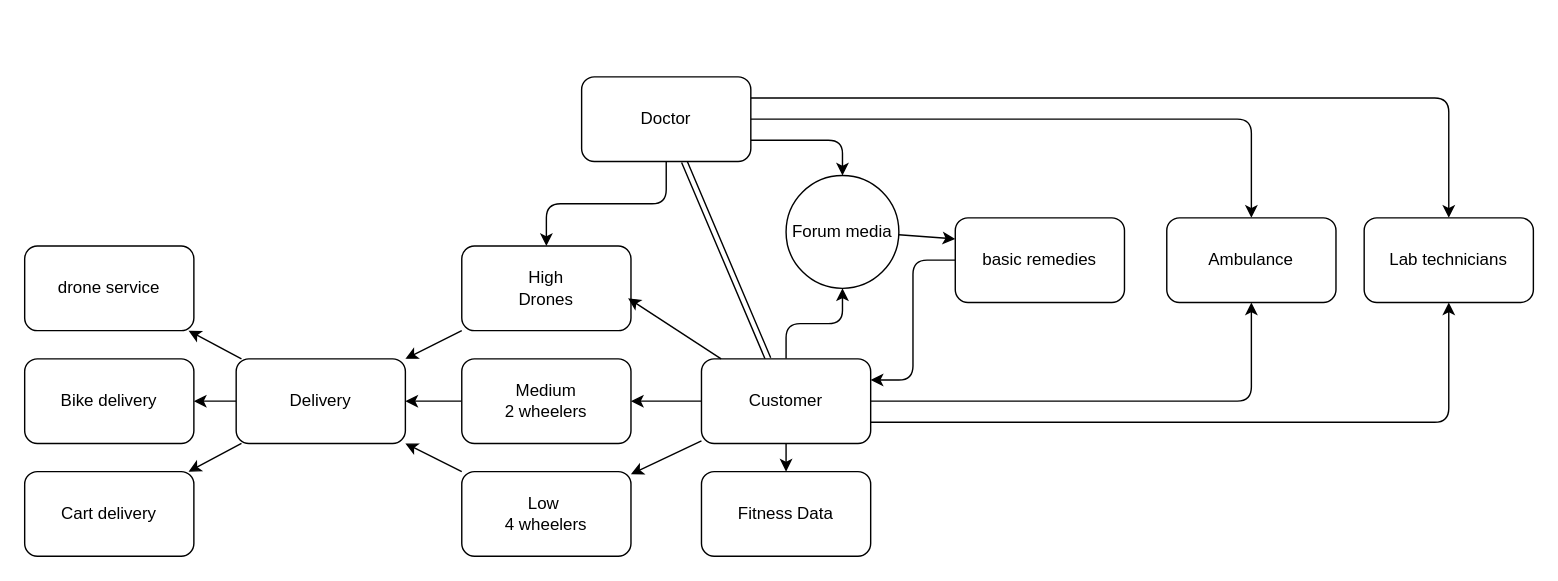
The draw.io diagram Enterprise.drawio in JCKawin/Mediculture, before the edit. Source tidied: cells renumbered, new cells numbered last; positions are measured from the earlier drawing's top-left corner, leaving out a move shared by most shapes. Both pictures are drawn from the tidied source at 141%, with x=0, y=0 at pixel (24, 76).
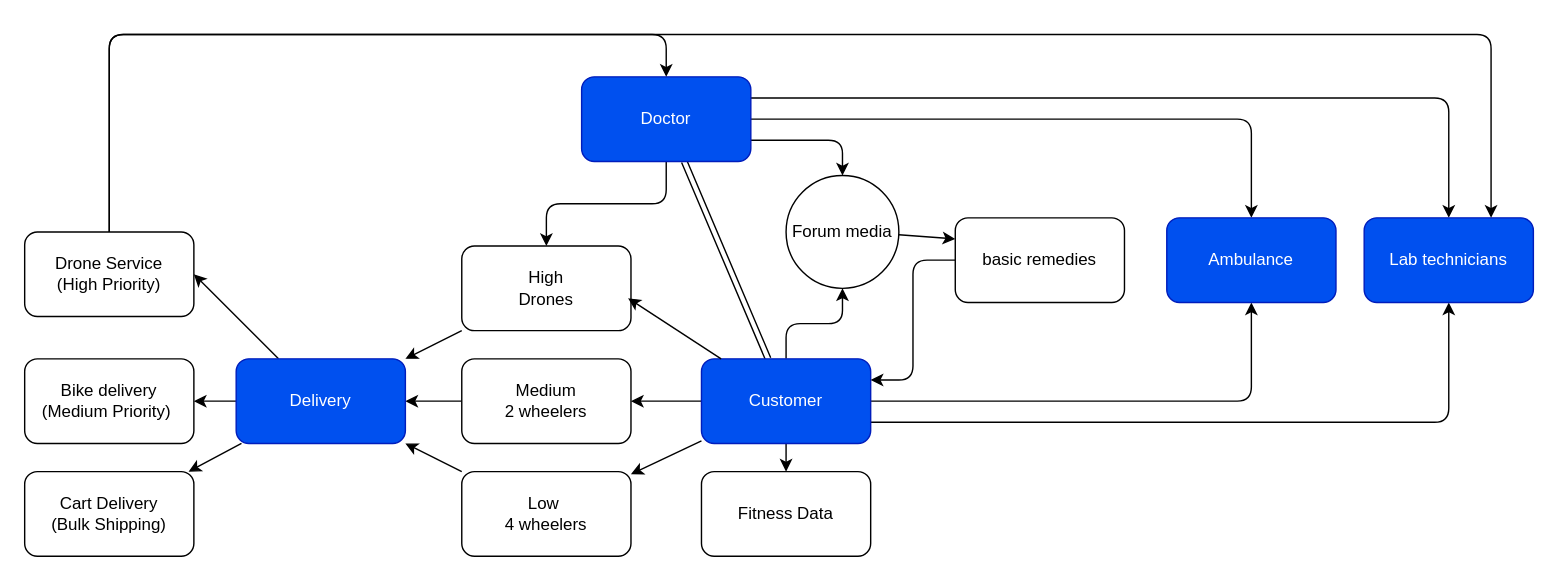
The same page after the edit.

The edit, as a diff of the source:
```diff
@@
-    <mxCell id="9" value="Customer" style="rounded=1;whiteSpace=wrap;html=1;" parent="1" vertex="1">
+    <mxCell id="9" value="Customer" style="rounded=1;whiteSpace=wrap;html=1;fillColor=#0050ef;fontColor=#ffffff;strokeColor=#001DBC;" parent="1" vertex="1">
       <mxGeometry x="480" y="200" width="120" height="60" as="geometry" />
     </mxCell>
@@
-    <mxCell id="20" value="Doctor" style="rounded=1;whiteSpace=wrap;html=1;" parent="1" vertex="1">
+    <mxCell id="20" value="Doctor" style="rounded=1;whiteSpace=wrap;html=1;fillColor=#0050ef;fontColor=#ffffff;strokeColor=#001DBC;" parent="1" vertex="1">
       <mxGeometry x="395" width="120" height="60" as="geometry" />
     </mxCell>
-    <mxCell id="21" value="Ambulance" style="rounded=1;whiteSpace=wrap;html=1;" parent="1" vertex="1">
+    <mxCell id="21" value="Ambulance" style="rounded=1;whiteSpace=wrap;html=1;fillColor=#0050ef;fontColor=#ffffff;strokeColor=#001DBC;" parent="1" vertex="1">
       <mxGeometry x="810" y="100" width="120" height="60" as="geometry" />
     </mxCell>
-    <mxCell id="22" style="edgeStyle=none;html=1;" parent="1" edge="1" source="25" target="33">
-      <mxGeometry relative="1" as="geometry" />
-    </mxCell>
@@
+    <mxCell id="22" style="edgeStyle=none;html=1;entryX=1;entryY=0.5;entryDx=0;entryDy=0;" parent="1" edge="1" source="25" target="33">
+      <mxGeometry relative="1" as="geometry" />
+    </mxCell>
-    <mxCell id="25" value="Delivery" style="rounded=1;whiteSpace=wrap;html=1;" parent="1" vertex="1">
+    <mxCell id="25" value="Delivery" style="rounded=1;whiteSpace=wrap;html=1;fillColor=#0050ef;fontColor=#ffffff;strokeColor=#001DBC;" parent="1" vertex="1">
       <mxGeometry x="150" y="200" width="120" height="60" as="geometry" />
     </mxCell>
@@
-    <mxCell id="32" value="Lab technicians" style="rounded=1;whiteSpace=wrap;html=1;" parent="1" vertex="1">
+    <mxCell id="32" value="Lab technicians" style="rounded=1;whiteSpace=wrap;html=1;fillColor=#0050ef;fontColor=#ffffff;strokeColor=#001DBC;" parent="1" vertex="1">
       <mxGeometry x="950" y="100" width="120" height="60" as="geometry" />
     </mxCell>
+    <mxCell id="36" style="edgeStyle=none;html=1;entryX=0.75;entryY=0;entryDx=0;entryDy=0;" parent="1" edge="1" source="33" target="32">
+      <mxGeometry relative="1" as="geometry">
+        <Array as="points">
+          <mxPoint x="60" y="-30" />
+          <mxPoint x="1040" y="-30" />
+        </Array>
+      </mxGeometry>
+    </mxCell>
+    <mxCell id="37" style="edgeStyle=orthogonalEdgeStyle;html=1;exitX=0.5;exitY=0;exitDx=0;exitDy=0;entryX=0.5;entryY=0;entryDx=0;entryDy=0;" parent="1" edge="1" source="33" target="20">
+      <mxGeometry relative="1" as="geometry">
+        <Array as="points">
+          <mxPoint x="60" y="-30" />
+          <mxPoint x="455" y="-30" />
+        </Array>
+      </mxGeometry>
+    </mxCell>
-    <mxCell id="33" value="drone service" style="rounded=1;whiteSpace=wrap;html=1;" parent="1" vertex="1">
-      <mxGeometry y="120" width="120" height="60" as="geometry" />
+    <mxCell id="33" value="Drone Service&lt;div&gt;(High Priority)&lt;/div&gt;" style="rounded=1;whiteSpace=wrap;html=1;" parent="1" vertex="1">
+      <mxGeometry y="110" width="120" height="60" as="geometry" />
     </mxCell>
-    <mxCell id="34" value="Bike delivery" style="rounded=1;whiteSpace=wrap;html=1;" parent="1" vertex="1">
+    <mxCell id="34" value="Bike delivery&lt;div&gt;(Medium Priority)&amp;nbsp;&lt;/div&gt;" style="rounded=1;whiteSpace=wrap;html=1;" parent="1" vertex="1">
       <mxGeometry y="200" width="120" height="60" as="geometry" />
     </mxCell>
-    <mxCell id="35" value="Cart delivery" style="rounded=1;whiteSpace=wrap;html=1;" parent="1" vertex="1">
+    <mxCell id="35" value="Cart Delivery&lt;div&gt;(Bulk Shipping)&lt;/div&gt;" style="rounded=1;whiteSpace=wrap;html=1;" parent="1" vertex="1">
       <mxGeometry y="280" width="120" height="60" as="geometry" />
     </mxCell>
```
